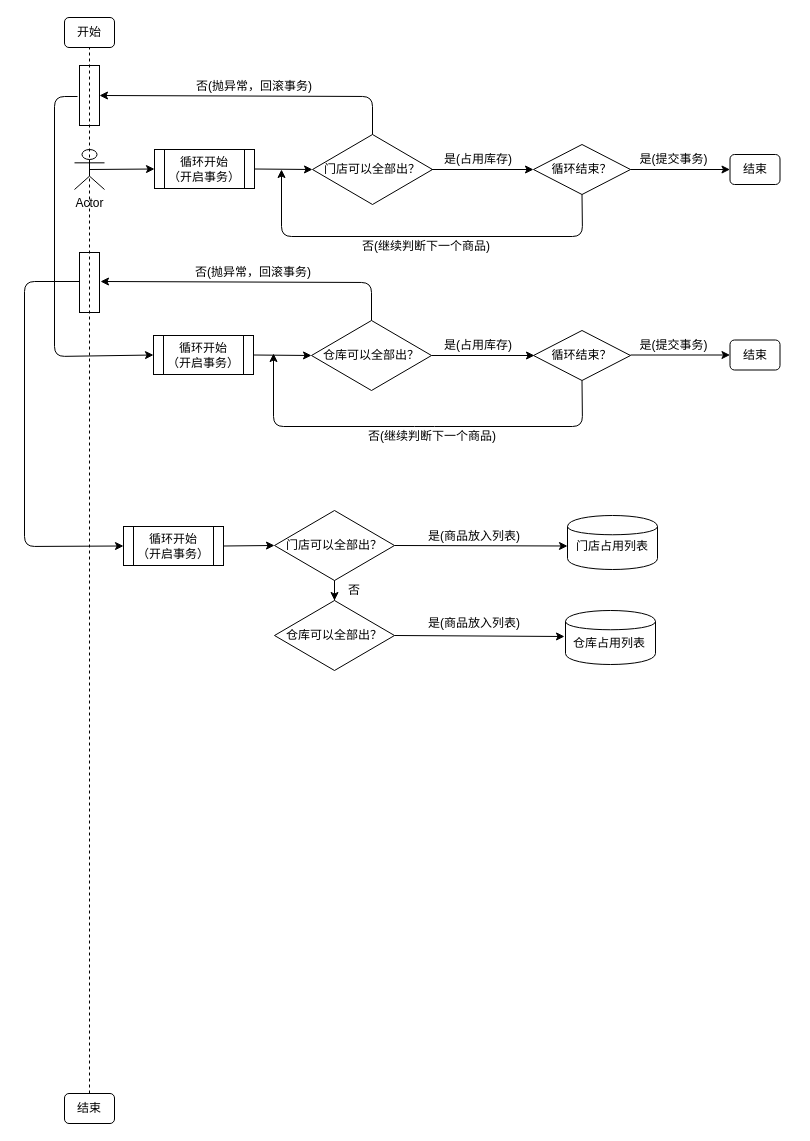
This is Untitled Diagram.drawio from zhongss404/flow, a draw.io file, before an edit. Source tidied: cells renumbered, new cells numbered last; positions are measured from the earlier drawing's top-left corner, leaving out a move shared by most shapes. Both pictures are drawn from the tidied source at 100%, with x=0, y=0 at pixel (24, 17).
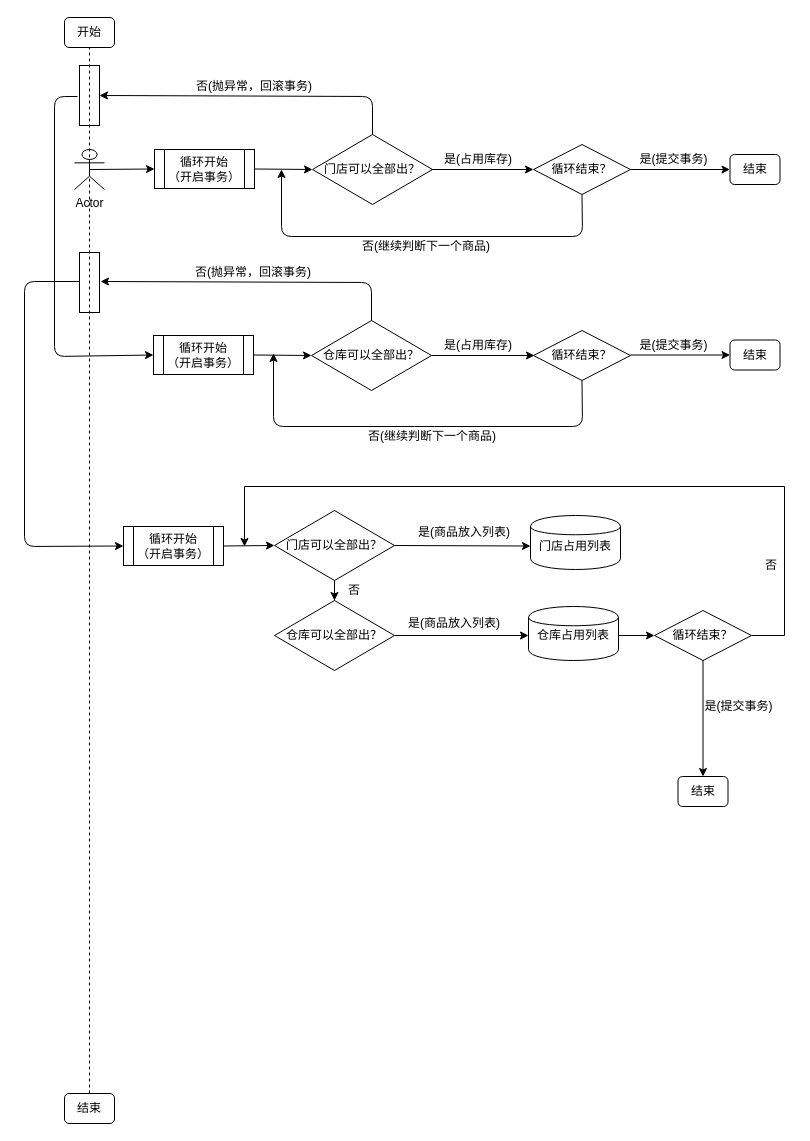
The same page after the edit.

Commit message:
门店混合出货

The change refers to these unchanged cells:
```xml
<mxCell id="42" value="仓库可以全部出？" style="rhombus;whiteSpace=wrap;html=1;" parent="1" vertex="1">
  <mxGeometry x="250" y="583" width="120" height="70" as="geometry" />
</mxCell>
```

What changed in the source:
```diff
@@
     <mxCell id="25" style="shape=cylinder;whiteSpace=wrap;html=1;boundedLbl=1;backgroundOutline=1;" parent="1" vertex="1">
-      <mxGeometry x="543" y="498" width="90" height="54" as="geometry" />
+      <mxGeometry x="506" y="498" width="90" height="54" as="geometry" />
     </mxCell>
     <mxCell id="26" value="是(商品放入列表)" style="text;html=1;strokeColor=none;fillColor=none;align=center;verticalAlign=middle;whiteSpace=wrap;rounded=0;" parent="1" vertex="1">
-      <mxGeometry x="370" y="509" width="160" height="20" as="geometry" />
+      <mxGeometry x="360" y="505" width="160" height="20" as="geometry" />
     </mxCell>
@@
     <mxCell id="44" value="门店占用列表" style="text;html=1;strokeColor=none;fillColor=none;align=center;verticalAlign=middle;whiteSpace=wrap;rounded=0;" parent="1" vertex="1">
-      <mxGeometry x="543" y="518.5" width="90" height="20" as="geometry" />
+      <mxGeometry x="506" y="518.5" width="90" height="20" as="geometry" />
     </mxCell>
     <mxCell id="45" style="shape=cylinder;whiteSpace=wrap;html=1;boundedLbl=1;backgroundOutline=1;" parent="1" vertex="1">
-      <mxGeometry x="541" y="593" width="90" height="54" as="geometry" />
+      <mxGeometry x="504" y="589" width="90" height="54" as="geometry" />
     </mxCell>
     <mxCell id="46" value="仓库占用列表" style="text;html=1;strokeColor=none;fillColor=none;align=center;verticalAlign=middle;whiteSpace=wrap;rounded=0;" parent="1" vertex="1">
-      <mxGeometry x="540" y="616" width="90" height="20" as="geometry" />
+      <mxGeometry x="504" y="608" width="90" height="20" as="geometry" />
     </mxCell>
@@
-    <mxCell id="48" style="endArrow=classic;html=1;exitX=1;exitY=0.5;exitDx=0;exitDy=0;" parent="1" edge="1" source="42">
-      <mxGeometry relative="1" as="geometry">
-        <mxPoint x="540" y="619" as="targetPoint" />
-      </mxGeometry>
+    <mxCell id="48" style="endArrow=classic;html=1;exitX=1;exitY=0.5;exitDx=0;exitDy=0;entryX=0;entryY=0.5;entryDx=0;entryDy=0;" parent="1" edge="1" source="42" target="46">
+      <mxGeometry relative="1" as="geometry" />
     </mxCell>
@@
     <mxCell id="50" value="是(商品放入列表)" style="text;html=1;strokeColor=none;fillColor=none;align=center;verticalAlign=middle;whiteSpace=wrap;rounded=0;" parent="1" vertex="1">
-      <mxGeometry x="370" y="596" width="160" height="20" as="geometry" />
+      <mxGeometry x="350" y="596" width="160" height="20" as="geometry" />
     </mxCell>
+    <mxCell id="51" style="edgeStyle=orthogonalEdgeStyle;rounded=0;jettySize=auto;html=1;exitX=1;exitY=0.5;exitDx=0;exitDy=0;" parent="1" edge="1" source="52">
+      <mxGeometry relative="1" as="geometry">
+        <mxPoint x="220" y="529" as="targetPoint" />
+        <Array as="points">
+          <mxPoint x="760" y="618" />
+          <mxPoint x="760" y="469" />
+          <mxPoint x="220" y="469" />
+        </Array>
+      </mxGeometry>
+    </mxCell>
+    <mxCell id="52" value="循环结束？" style="rhombus;whiteSpace=wrap;html=1;" parent="1" vertex="1">
+      <mxGeometry x="630" y="593" width="97" height="50" as="geometry" />
+    </mxCell>
+    <mxCell id="53" style="endArrow=classic;html=1;entryX=0;entryY=0.5;entryDx=0;entryDy=0;exitX=1;exitY=0.5;exitDx=0;exitDy=0;" parent="1" edge="1" source="46" target="52">
+      <mxGeometry relative="1" as="geometry" />
+    </mxCell>
+    <mxCell id="54" value="结束" style="rounded=1;whiteSpace=wrap;html=1;" parent="1" vertex="1">
+      <mxGeometry x="653.5" y="759" width="50" height="30" as="geometry" />
+    </mxCell>
+    <mxCell id="55" style="endArrow=classic;html=1;entryX=0.5;entryY=0;entryDx=0;entryDy=0;exitX=0.5;exitY=1;exitDx=0;exitDy=0;" parent="1" edge="1" source="52" target="54">
+      <mxGeometry relative="1" as="geometry" />
+    </mxCell>
+    <mxCell id="56" value="是(提交事务)" style="text;html=1;strokeColor=none;fillColor=none;align=center;verticalAlign=middle;whiteSpace=wrap;rounded=0;" parent="1" vertex="1">
+      <mxGeometry x="670.5" y="679" width="87" height="20" as="geometry" />
+    </mxCell>
+    <mxCell id="57" value="否" style="text;html=1;strokeColor=none;fillColor=none;align=center;verticalAlign=middle;whiteSpace=wrap;rounded=0;" parent="1" vertex="1">
+      <mxGeometry x="727" y="538" width="40" height="20" as="geometry" />
+    </mxCell>
```
